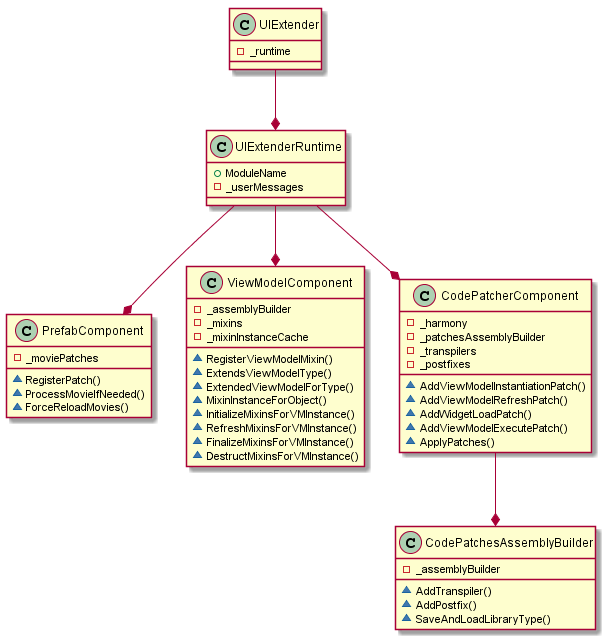
This is docs/articles/Runtime/Overview.png from BUTR/Bannerlord.UIExtenderEx, a PlantUML export, as it was before one commit. Its diagram source:
```plantuml
@startuml

class UIExtender {
- _runtime
}

class UIExtenderRuntime {
+ ModuleName
- _userMessages
}

class PrefabComponent {
- _moviePatches
~ RegisterPatch()
~ ProcessMovieIfNeeded()
~ ForceReloadMovies()
}

class ViewModelComponent {
- _assemblyBuilder
- _mixins
- _mixinInstanceCache
~ RegisterViewModelMixin()
~ ExtendsViewModelType()
~ ExtendedViewModelForType()
~ MixinInstanceForObject()
~ InitializeMixinsForVMInstance()
~ RefreshMixinsForVMInstance()
~ FinalizeMixinsForVMInstance()
~ DestructMixinsForVMInstance()
}

class CodePatcherComponent {
- _harmony
- _patchesAssemblyBuilder
- _transpilers
- _postfixes
~ AddViewModelInstantiationPatch()
~ AddViewModelRefreshPatch()
~ AddWidgetLoadPatch()
~ AddViewModelExecutePatch()
~ ApplyPatches()
}

class CodePatchesAssemblyBuilder {
- _assemblyBuilder
~ AddTranspiler()
~ AddPostfix()
~ SaveAndLoadLibraryType()
}

UIExtender --* UIExtenderRuntime
UIExtenderRuntime --* PrefabComponent
UIExtenderRuntime --* ViewModelComponent
UIExtenderRuntime --* CodePatcherComponent

CodePatcherComponent --* CodePatchesAssemblyBuilder

@enduml
```
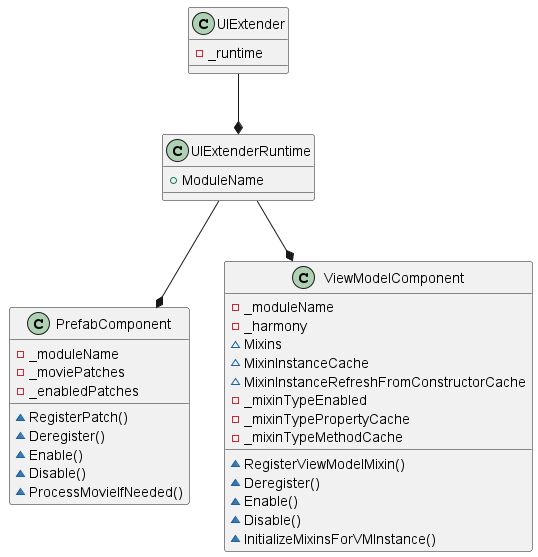
The same diagram one commit later.

Change to the diagram source:
```diff
@@ -6,54 +6,37 @@
 
 class UIExtenderRuntime {
 + ModuleName
-- _userMessages
 }
 
 class PrefabComponent {
+- _moduleName
 - _moviePatches
+- _enabledPatches
 ~ RegisterPatch()
+~ Deregister()
+~ Enable()
+~ Disable()
 ~ ProcessMovieIfNeeded()
-~ ForceReloadMovies()
 }
 
 class ViewModelComponent {
-- _assemblyBuilder
-- _mixins
-- _mixinInstanceCache
+- _moduleName
+- _harmony
+~ Mixins
+~ MixinInstanceCache
+~ MixinInstanceRefreshFromConstructorCache
+- _mixinTypeEnabled
+- _mixinTypePropertyCache
+- _mixinTypeMethodCache
 ~ RegisterViewModelMixin()
-~ ExtendsViewModelType()
-~ ExtendedViewModelForType()
-~ MixinInstanceForObject()
+~ Deregister()
+~ Enable()
+~ Disable()
 ~ InitializeMixinsForVMInstance()
-~ RefreshMixinsForVMInstance()
-~ FinalizeMixinsForVMInstance()
-~ DestructMixinsForVMInstance()
-}
-
-class CodePatcherComponent {
-- _harmony
-- _patchesAssemblyBuilder
-- _transpilers
-- _postfixes
-~ AddViewModelInstantiationPatch()
-~ AddViewModelRefreshPatch()
-~ AddWidgetLoadPatch()
-~ AddViewModelExecutePatch()
-~ ApplyPatches()
-}
-
-class CodePatchesAssemblyBuilder {
-- _assemblyBuilder
-~ AddTranspiler()
-~ AddPostfix()
-~ SaveAndLoadLibraryType()
 }
 
 UIExtender --* UIExtenderRuntime
 UIExtenderRuntime --* PrefabComponent
 UIExtenderRuntime --* ViewModelComponent
-UIExtenderRuntime --* CodePatcherComponent
-
-CodePatcherComponent --* CodePatchesAssemblyBuilder
 
 @enduml
```
